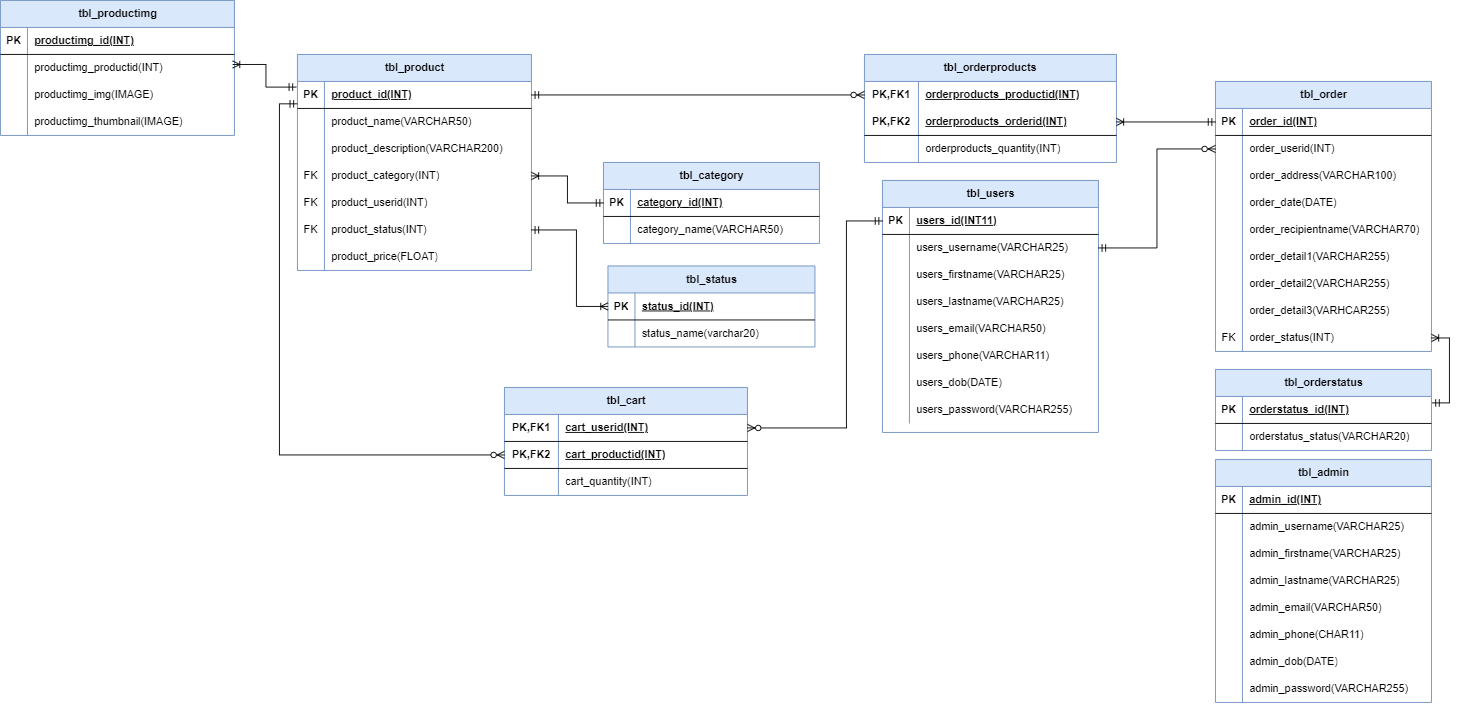
The draw.io diagram ERD files/ERD.drawio.png in LilieStead/Grimsby-and-Clee-Sells, before a commit. Source tidied: cells renumbered, new cells last; positions are measured from the earlier drawing's top-left corner, leaving out a move shared by most shapes.
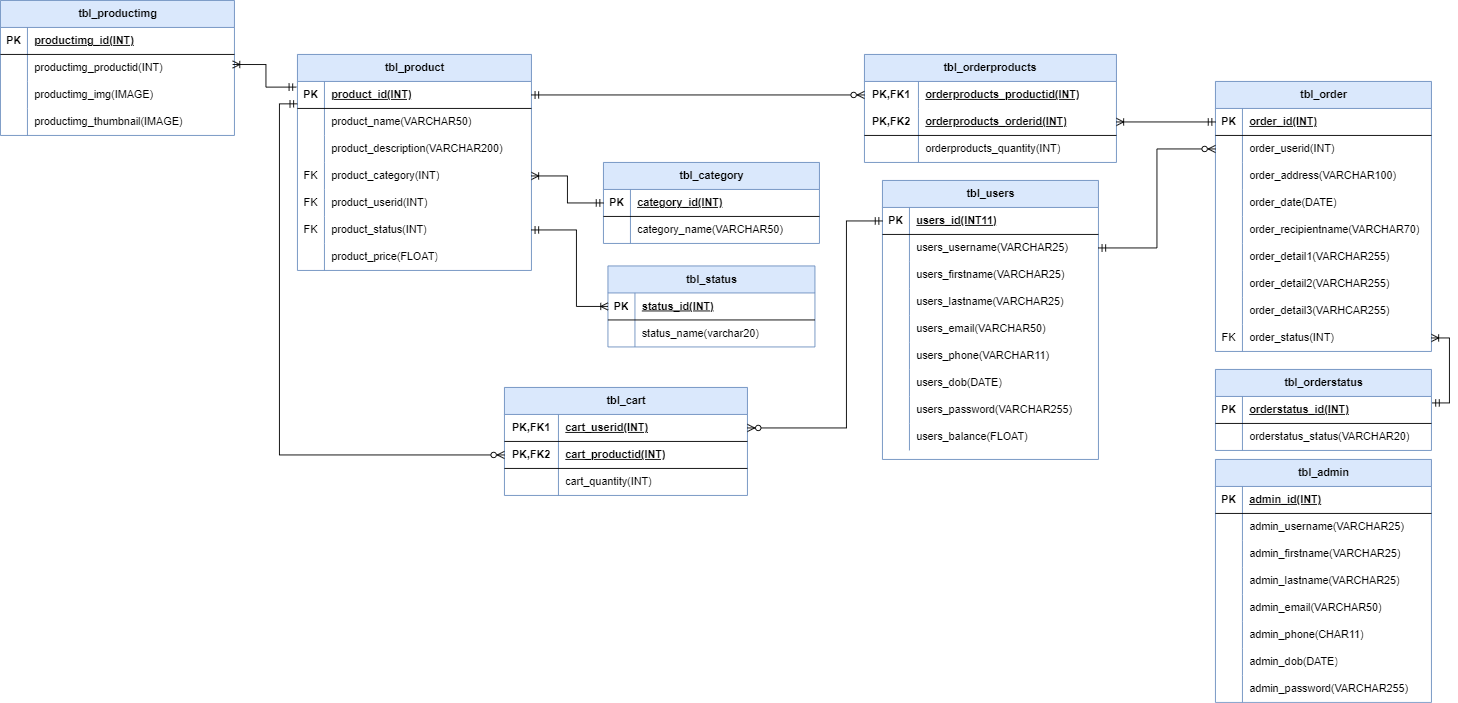
Above is the later version.

The edit, as a diff of the source:
```diff
@@ -3,7 +3,7 @@
     <mxCell id="0" />
     <mxCell id="1" parent="0" />
     <mxCell id="2" value="tbl_users" style="shape=table;startSize=30;rowLines=0;fontStyle=1;align=center;html=1;fillColor=#dae8fc;strokeColor=#6c8ebf;" parent="1" vertex="1">
-      <mxGeometry x="980" y="200" width="240" height="280" as="geometry" />
+      <mxGeometry x="980" y="200" width="240" height="310" as="geometry" />
     </mxCell>
     <mxCell id="3" style="shape=tableRow;horizontal=0;startSize=0;swimlaneHead=0;swimlaneBody=0;fillColor=none;points=[[0,0.5],[1,0.5]];portConstraint=eastwest;top=0;left=0;right=0;bottom=1;" parent="2" vertex="1">
       <mxGeometry y="30" width="240" height="30" as="geometry" />
@@ -77,6 +77,15 @@
     <mxCell id="26" value="users_password(VARCHAR255)" style="shape=partialRectangle;fillColor=none;top=0;left=0;bottom=0;right=0;align=left;spacingLeft=6;overflow=hidden;whiteSpace=wrap;html=1;" parent="24" vertex="1">
       <mxGeometry x="30" width="210" height="30" as="geometry" />
     </mxCell>
+    <mxCell id="165" style="shape=tableRow;horizontal=0;startSize=0;swimlaneHead=0;swimlaneBody=0;fillColor=none;top=0;left=0;right=0;bottom=0;" parent="2" vertex="1">
+      <mxGeometry y="270" width="240" height="30" as="geometry" />
+    </mxCell>
+    <mxCell id="166" style="shape=partialRectangle;fillColor=none;top=0;left=0;bottom=0;right=0;overflow=hidden;whiteSpace=wrap;html=1;" parent="165" vertex="1">
+      <mxGeometry width="30" height="30" as="geometry" />
+    </mxCell>
+    <mxCell id="167" value="users_balance(FLOAT)" style="shape=partialRectangle;fillColor=none;top=0;left=0;bottom=0;right=0;align=left;spacingLeft=6;overflow=hidden;whiteSpace=wrap;html=1;" parent="165" vertex="1">
+      <mxGeometry x="30" width="210" height="30" as="geometry" />
+    </mxCell>
     <mxCell id="27" value="tbl_admin" style="shape=table;startSize=30;rowLines=0;fontStyle=1;align=center;html=1;fillColor=#dae8fc;strokeColor=#6c8ebf;" parent="1" vertex="1">
       <mxGeometry x="1350" y="510" width="240" height="270" as="geometry" />
     </mxCell>
```
